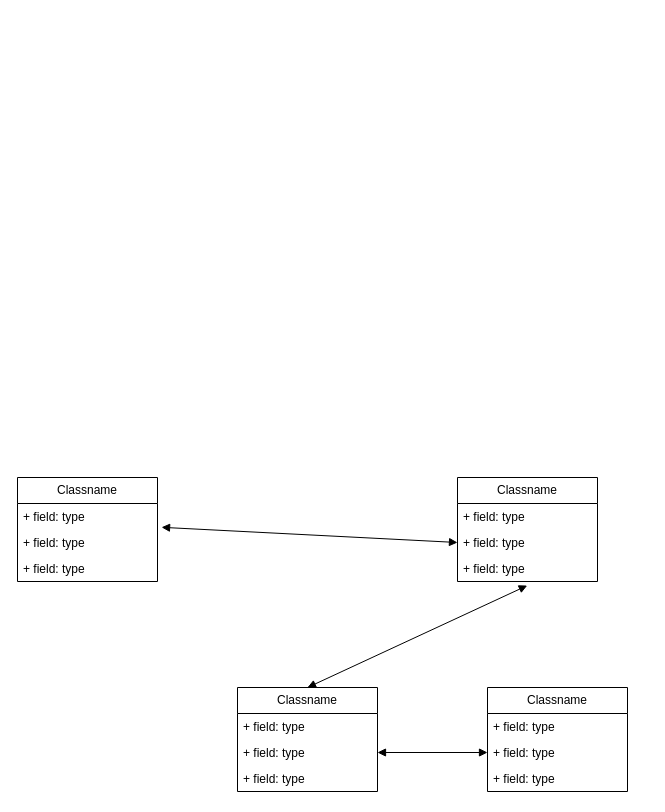
Before: FruitsShop.drawio in PhamThom129D/TMFruitsShop, a draw.io diagram. Source tidied: cells renumbered, new cells numbered last; positions are measured from the earlier drawing's top-left corner, leaving out a move shared by most shapes. Both pictures are drawn from the tidied source at 100%, with x=0, y=0 at pixel (17, 477).
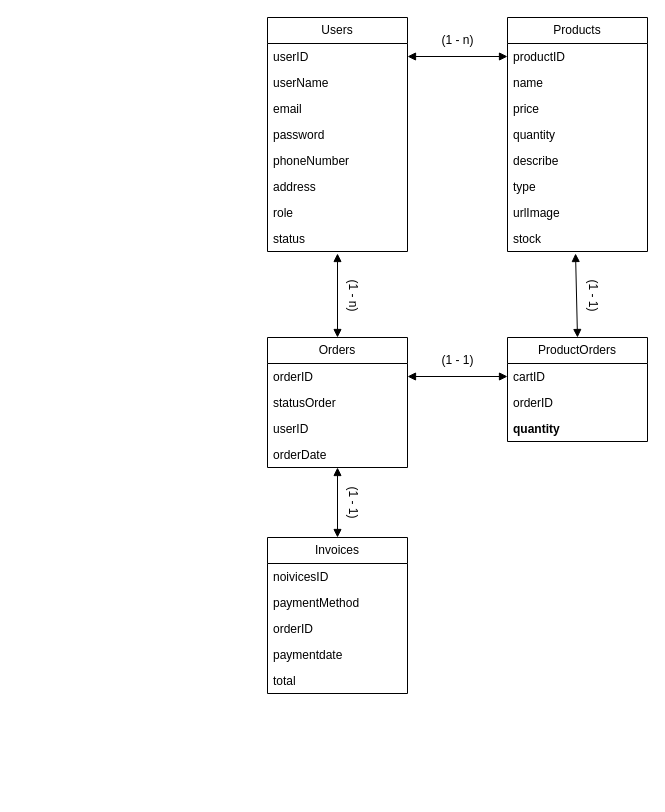
Above is the later version.

Commit message:
Cập nhật FruitsShop.drawio

The edit, as a diff of the source:
```diff
@@
-    <mxCell id="2" value="Classname" style="swimlane;fontStyle=0;horizontal=1;startSize=26;fillColor=none;whiteSpace=wrap;html=1;" parent="1" vertex="1">
-      <mxGeometry width="140" height="104" as="geometry" />
+    <mxCell id="2" value="Users" style="swimlane;fontStyle=0;horizontal=1;startSize=26;fillColor=none;whiteSpace=wrap;html=1;" parent="1" vertex="1">
+      <mxGeometry x="250" y="-460" width="140" height="234" as="geometry" />
     </mxCell>
-    <mxCell id="3" value="+ field: type" style="text;strokeColor=none;fillColor=none;align=left;verticalAlign=top;spacingLeft=4;spacingRight=4;overflow=hidden;whiteSpace=wrap;html=1;" parent="2" vertex="1">
-      <mxGeometry y="26" width="140" height="26" as="geometry" />
-    </mxCell>
-    <mxCell id="4" value="+ field: type" style="text;strokeColor=none;fillColor=none;align=left;verticalAlign=top;spacingLeft=4;spacingRight=4;overflow=hidden;points=[[0,0.5],[1,0.5]];portConstraint=eastwest;whiteSpace=wrap;html=1;" parent="2" vertex="1">
-      <mxGeometry y="52" width="140" height="26" as="geometry" />
+    <mxCell id="4" value="userID" style="text;strokeColor=none;fillColor=none;align=left;verticalAlign=top;spacingLeft=4;spacingRight=4;overflow=hidden;points=[[0,0.5],[1,0.5]];portConstraint=eastwest;whiteSpace=wrap;html=1;" parent="2" vertex="1">
+      <mxGeometry y="26" width="140" height="26" as="geometry" />
     </mxCell>
-    <mxCell id="5" value="+ field: type" style="text;strokeColor=none;fillColor=none;align=left;verticalAlign=top;spacingLeft=4;spacingRight=4;overflow=hidden;whiteSpace=wrap;html=1;" parent="2" vertex="1">
-      <mxGeometry y="78" width="140" height="26" as="geometry" />
+    <mxCell id="5" value="userName" style="text;strokeColor=none;fillColor=none;align=left;verticalAlign=top;spacingLeft=4;spacingRight=4;overflow=hidden;whiteSpace=wrap;html=1;" parent="2" vertex="1">
+      <mxGeometry y="52" width="140" height="26" as="geometry" />
     </mxCell>
+    <mxCell id="21" value="email" style="text;strokeColor=none;fillColor=none;align=left;verticalAlign=top;spacingLeft=4;spacingRight=4;overflow=hidden;whiteSpace=wrap;html=1;" parent="2" vertex="1">
+      <mxGeometry y="78" width="140" height="26" as="geometry" />
+    </mxCell>
+    <mxCell id="22" value="password" style="text;strokeColor=none;fillColor=none;align=left;verticalAlign=top;spacingLeft=4;spacingRight=4;overflow=hidden;whiteSpace=wrap;html=1;" parent="2" vertex="1">
+      <mxGeometry y="104" width="140" height="26" as="geometry" />
+    </mxCell>
+    <mxCell id="23" value="phoneNumber" style="text;strokeColor=none;fillColor=none;align=left;verticalAlign=top;spacingLeft=4;spacingRight=4;overflow=hidden;whiteSpace=wrap;html=1;" parent="2" vertex="1">
+      <mxGeometry y="130" width="140" height="26" as="geometry" />
+    </mxCell>
+    <mxCell id="24" value="address" style="text;strokeColor=none;fillColor=none;align=left;verticalAlign=top;spacingLeft=4;spacingRight=4;overflow=hidden;whiteSpace=wrap;html=1;" parent="2" vertex="1">
+      <mxGeometry y="156" width="140" height="26" as="geometry" />
+    </mxCell>
+    <mxCell id="25" value="role" style="text;strokeColor=none;fillColor=none;align=left;verticalAlign=top;spacingLeft=4;spacingRight=4;overflow=hidden;whiteSpace=wrap;html=1;" parent="2" vertex="1">
+      <mxGeometry y="182" width="140" height="26" as="geometry" />
+    </mxCell>
+    <mxCell id="26" value="status" style="text;strokeColor=none;fillColor=none;align=left;verticalAlign=top;spacingLeft=4;spacingRight=4;overflow=hidden;points=[[0,0.5],[1,0.5]];portConstraint=eastwest;whiteSpace=wrap;html=1;" parent="2" vertex="1">
+      <mxGeometry y="208" width="140" height="26" as="geometry" />
+    </mxCell>
-    <mxCell id="6" value="Classname" style="swimlane;fontStyle=0;horizontal=1;startSize=26;fillColor=none;whiteSpace=wrap;html=1;" parent="1" vertex="1">
-      <mxGeometry x="440" width="140" height="104" as="geometry" />
+    <mxCell id="6" value="Products" style="swimlane;fontStyle=0;horizontal=1;startSize=26;fillColor=none;whiteSpace=wrap;html=1;" parent="1" vertex="1">
+      <mxGeometry x="490" y="-460" width="140" height="234" as="geometry" />
     </mxCell>
-    <mxCell id="7" value="+ field: type" style="text;strokeColor=none;fillColor=none;align=left;verticalAlign=top;spacingLeft=4;spacingRight=4;overflow=hidden;points=[[0,0.5],[1,0.5]];portConstraint=eastwest;whiteSpace=wrap;html=1;" parent="6" vertex="1">
+    <mxCell id="7" value="productID" style="text;strokeColor=none;fillColor=none;align=left;verticalAlign=top;spacingLeft=4;spacingRight=4;overflow=hidden;points=[[0,0.5],[1,0.5]];portConstraint=eastwest;whiteSpace=wrap;html=1;" parent="6" vertex="1">
       <mxGeometry y="26" width="140" height="26" as="geometry" />
     </mxCell>
-    <mxCell id="8" value="+ field: type" style="text;strokeColor=none;fillColor=none;align=left;verticalAlign=top;spacingLeft=4;spacingRight=4;overflow=hidden;points=[[0,0.5],[1,0.5]];portConstraint=eastwest;whiteSpace=wrap;html=1;" parent="6" vertex="1">
+    <mxCell id="8" value="name" style="text;strokeColor=none;fillColor=none;align=left;verticalAlign=top;spacingLeft=4;spacingRight=4;overflow=hidden;points=[[0,0.5],[1,0.5]];portConstraint=eastwest;whiteSpace=wrap;html=1;" parent="6" vertex="1">
       <mxGeometry y="52" width="140" height="26" as="geometry" />
     </mxCell>
-    <mxCell id="9" value="+ field: type" style="text;strokeColor=none;fillColor=none;align=left;verticalAlign=top;spacingLeft=4;spacingRight=4;overflow=hidden;points=[[0,0.5],[1,0.5]];portConstraint=eastwest;whiteSpace=wrap;html=1;" parent="6" vertex="1">
+    <mxCell id="9" value="price" style="text;strokeColor=none;fillColor=none;align=left;verticalAlign=top;spacingLeft=4;spacingRight=4;overflow=hidden;points=[[0,0.5],[1,0.5]];portConstraint=eastwest;whiteSpace=wrap;html=1;" parent="6" vertex="1">
       <mxGeometry y="78" width="140" height="26" as="geometry" />
     </mxCell>
+    <mxCell id="27" value="quantity" style="text;strokeColor=none;fillColor=none;align=left;verticalAlign=top;spacingLeft=4;spacingRight=4;overflow=hidden;whiteSpace=wrap;html=1;" parent="6" vertex="1">
+      <mxGeometry y="104" width="140" height="26" as="geometry" />
+    </mxCell>
+    <mxCell id="28" value="describe" style="text;strokeColor=none;fillColor=none;align=left;verticalAlign=top;spacingLeft=4;spacingRight=4;overflow=hidden;whiteSpace=wrap;html=1;" parent="6" vertex="1">
+      <mxGeometry y="130" width="140" height="26" as="geometry" />
+    </mxCell>
+    <mxCell id="29" value="type" style="text;strokeColor=none;fillColor=none;align=left;verticalAlign=top;spacingLeft=4;spacingRight=4;overflow=hidden;whiteSpace=wrap;html=1;" parent="6" vertex="1">
+      <mxGeometry y="156" width="140" height="26" as="geometry" />
+    </mxCell>
+    <mxCell id="30" value="urlImage" style="text;strokeColor=none;fillColor=none;align=left;verticalAlign=top;spacingLeft=4;spacingRight=4;overflow=hidden;whiteSpace=wrap;html=1;" parent="6" vertex="1">
+      <mxGeometry y="182" width="140" height="26" as="geometry" />
+    </mxCell>
+    <mxCell id="31" value="stock" style="text;strokeColor=none;fillColor=none;align=left;verticalAlign=top;spacingLeft=4;spacingRight=4;overflow=hidden;points=[[0,0.5],[1,0.5]];portConstraint=eastwest;whiteSpace=wrap;html=1;" parent="6" vertex="1">
+      <mxGeometry y="208" width="140" height="26" as="geometry" />
+    </mxCell>
-    <mxCell id="10" value="Classname" style="swimlane;fontStyle=0;horizontal=1;startSize=26;fillColor=none;whiteSpace=wrap;html=1;" parent="1" vertex="1">
-      <mxGeometry x="470" y="210" width="140" height="104" as="geometry" />
+    <mxCell id="10" value="Invoices" style="swimlane;fontStyle=0;horizontal=1;startSize=26;fillColor=none;whiteSpace=wrap;html=1;" parent="1" vertex="1">
+      <mxGeometry x="250" y="60" width="140" height="156" as="geometry" />
     </mxCell>
-    <mxCell id="11" value="+ field: type" style="text;strokeColor=none;fillColor=none;align=left;verticalAlign=top;spacingLeft=4;spacingRight=4;overflow=hidden;whiteSpace=wrap;html=1;" parent="10" vertex="1">
+    <mxCell id="11" value="noivicesID" style="text;strokeColor=none;fillColor=none;align=left;verticalAlign=top;spacingLeft=4;spacingRight=4;overflow=hidden;whiteSpace=wrap;html=1;" parent="10" vertex="1">
       <mxGeometry y="26" width="140" height="26" as="geometry" />
     </mxCell>
-    <mxCell id="12" value="+ field: type" style="text;strokeColor=none;fillColor=none;align=left;verticalAlign=top;spacingLeft=4;spacingRight=4;overflow=hidden;points=[[0,0.5],[1,0.5]];portConstraint=eastwest;whiteSpace=wrap;html=1;" parent="10" vertex="1">
+    <mxCell id="12" value="paymentMethod" style="text;strokeColor=none;fillColor=none;align=left;verticalAlign=top;spacingLeft=4;spacingRight=4;overflow=hidden;points=[[0,0.5],[1,0.5]];portConstraint=eastwest;whiteSpace=wrap;html=1;" parent="10" vertex="1">
       <mxGeometry y="52" width="140" height="26" as="geometry" />
     </mxCell>
-    <mxCell id="13" value="+ field: type" style="text;strokeColor=none;fillColor=none;align=left;verticalAlign=top;spacingLeft=4;spacingRight=4;overflow=hidden;whiteSpace=wrap;html=1;" parent="10" vertex="1">
+    <mxCell id="13" value="orderID" style="text;strokeColor=none;fillColor=none;align=left;verticalAlign=top;spacingLeft=4;spacingRight=4;overflow=hidden;whiteSpace=wrap;html=1;" parent="10" vertex="1">
       <mxGeometry y="78" width="140" height="26" as="geometry" />
     </mxCell>
+    <mxCell id="32" value="paymentdate" style="text;strokeColor=none;fillColor=none;align=left;verticalAlign=top;spacingLeft=4;spacingRight=4;overflow=hidden;whiteSpace=wrap;html=1;" parent="10" vertex="1">
+      <mxGeometry y="104" width="140" height="26" as="geometry" />
+    </mxCell>
+    <mxCell id="33" value="total" style="text;strokeColor=none;fillColor=none;align=left;verticalAlign=top;spacingLeft=4;spacingRight=4;overflow=hidden;whiteSpace=wrap;html=1;" parent="10" vertex="1">
+      <mxGeometry y="130" width="140" height="26" as="geometry" />
+    </mxCell>
-    <mxCell id="14" value="Classname" style="swimlane;fontStyle=0;horizontal=1;startSize=26;fillColor=none;whiteSpace=wrap;html=1;" parent="1" vertex="1">
-      <mxGeometry x="220" y="210" width="140" height="104" as="geometry" />
+    <mxCell id="14" value="ProductOrders" style="swimlane;fontStyle=0;horizontal=1;startSize=26;fillColor=none;whiteSpace=wrap;html=1;" parent="1" vertex="1">
+      <mxGeometry x="490" y="-140" width="140" height="104" as="geometry" />
     </mxCell>
-    <mxCell id="15" value="+ field: type" style="text;strokeColor=none;fillColor=none;align=left;verticalAlign=top;spacingLeft=4;spacingRight=4;overflow=hidden;points=[[0,0.5],[1,0.5]];portConstraint=eastwest;whiteSpace=wrap;html=1;" parent="14" vertex="1">
+    <mxCell id="15" value="cartID" style="text;strokeColor=none;fillColor=none;align=left;verticalAlign=top;spacingLeft=4;spacingRight=4;overflow=hidden;points=[[0,0.5],[1,0.5]];portConstraint=eastwest;whiteSpace=wrap;html=1;" parent="14" vertex="1">
       <mxGeometry y="26" width="140" height="26" as="geometry" />
     </mxCell>
-    <mxCell id="16" value="+ field: type" style="text;strokeColor=none;fillColor=none;align=left;verticalAlign=top;spacingLeft=4;spacingRight=4;overflow=hidden;points=[[0,0.5],[1,0.5]];portConstraint=eastwest;whiteSpace=wrap;html=1;" parent="14" vertex="1">
+    <mxCell id="16" value="orderID" style="text;strokeColor=none;fillColor=none;align=left;verticalAlign=top;spacingLeft=4;spacingRight=4;overflow=hidden;points=[[0,0.5],[1,0.5]];portConstraint=eastwest;whiteSpace=wrap;html=1;" parent="14" vertex="1">
       <mxGeometry y="52" width="140" height="26" as="geometry" />
     </mxCell>
-    <mxCell id="17" value="+ field: type" style="text;strokeColor=none;fillColor=none;align=left;verticalAlign=top;spacingLeft=4;spacingRight=4;overflow=hidden;whiteSpace=wrap;html=1;" parent="14" vertex="1">
+    <mxCell id="17" value="&lt;b&gt;quantity&lt;/b&gt;" style="text;strokeColor=none;fillColor=none;align=left;verticalAlign=top;spacingLeft=4;spacingRight=4;overflow=hidden;whiteSpace=wrap;html=1;" parent="14" vertex="1">
       <mxGeometry y="78" width="140" height="26" as="geometry" />
     </mxCell>
-    <mxCell id="18" style="endArrow=block;startArrow=block;endFill=1;startFill=1;html=1;rounded=0;exitX=1.029;exitY=-0.084;exitDx=0;exitDy=0;exitPerimeter=0;entryX=0;entryY=0.5;entryDx=0;entryDy=0;" parent="1" edge="1" source="4" target="8">
+    <mxCell id="18" style="endArrow=block;startArrow=block;endFill=1;startFill=1;html=1;rounded=0;exitX=1;exitY=0.5;exitDx=0;exitDy=0;entryX=0;entryY=0.5;entryDx=0;entryDy=0;" parent="1" edge="1" source="4" target="7">
       <mxGeometry relative="1" as="geometry" />
     </mxCell>
-    <mxCell id="19" style="endArrow=block;startArrow=block;endFill=1;startFill=1;html=1;rounded=0;exitX=0.498;exitY=1.157;exitDx=0;exitDy=0;exitPerimeter=0;entryX=0.5;entryY=0;entryDx=0;entryDy=0;" parent="1" edge="1" source="9" target="14">
-      <mxGeometry relative="1" as="geometry" />
-    </mxCell>
-    <mxCell id="20" style="endArrow=block;startArrow=block;endFill=1;startFill=1;html=1;rounded=0;exitX=1;exitY=0.5;exitDx=0;exitDy=0;entryX=0;entryY=0.5;entryDx=0;entryDy=0;" parent="1" edge="1" source="16" target="12">
-      <mxGeometry relative="1" as="geometry" />
-    </mxCell>
+    <mxCell id="34" value="Orders" style="swimlane;fontStyle=0;horizontal=1;startSize=26;fillColor=none;whiteSpace=wrap;html=1;" parent="1" vertex="1">
+      <mxGeometry x="250" y="-140" width="140" height="130" as="geometry" />
+    </mxCell>
+    <mxCell id="35" value="orderID" style="text;strokeColor=none;fillColor=none;align=left;verticalAlign=top;spacingLeft=4;spacingRight=4;overflow=hidden;points=[[0,0.5],[1,0.5]];portConstraint=eastwest;whiteSpace=wrap;html=1;" parent="34" vertex="1">
+      <mxGeometry y="26" width="140" height="26" as="geometry" />
+    </mxCell>
+    <mxCell id="36" value="statusOrder" style="text;strokeColor=none;fillColor=none;align=left;verticalAlign=top;spacingLeft=4;spacingRight=4;overflow=hidden;whiteSpace=wrap;html=1;" parent="34" vertex="1">
+      <mxGeometry y="52" width="140" height="26" as="geometry" />
+    </mxCell>
+    <mxCell id="37" value="userID" style="text;strokeColor=none;fillColor=none;align=left;verticalAlign=top;spacingLeft=4;spacingRight=4;overflow=hidden;whiteSpace=wrap;html=1;" parent="34" vertex="1">
+      <mxGeometry y="78" width="140" height="26" as="geometry" />
+    </mxCell>
+    <mxCell id="38" value="orderDate" style="text;strokeColor=none;fillColor=none;align=left;verticalAlign=top;spacingLeft=4;spacingRight=4;overflow=hidden;points=[[0,0.5],[1,0.5]];portConstraint=eastwest;whiteSpace=wrap;html=1;" parent="34" vertex="1">
+      <mxGeometry y="104" width="140" height="26" as="geometry" />
+    </mxCell>
+    <mxCell id="39" style="endArrow=block;startArrow=block;endFill=1;startFill=1;html=1;rounded=0;exitX=0.5;exitY=1.077;exitDx=0;exitDy=0;entryX=0.5;entryY=0;entryDx=0;entryDy=0;exitPerimeter=0;" parent="1" edge="1" source="26" target="34">
+      <mxGeometry relative="1" as="geometry" />
+    </mxCell>
+    <mxCell id="40" style="endArrow=block;startArrow=block;endFill=1;startFill=1;html=1;rounded=0;entryX=0;entryY=0.5;entryDx=0;entryDy=0;exitX=1;exitY=0.5;exitDx=0;exitDy=0;" parent="1" edge="1" source="35" target="15">
+      <mxGeometry relative="1" as="geometry" />
+    </mxCell>
+    <mxCell id="41" style="endArrow=block;startArrow=block;endFill=1;startFill=1;html=1;rounded=0;exitX=0.486;exitY=1.077;exitDx=0;exitDy=0;entryX=0.5;entryY=0;entryDx=0;entryDy=0;exitPerimeter=0;" parent="1" edge="1" source="31" target="14">
+      <mxGeometry relative="1" as="geometry" />
+    </mxCell>
+    <mxCell id="42" style="endArrow=block;startArrow=block;endFill=1;startFill=1;html=1;rounded=0;exitX=0.5;exitY=1;exitDx=0;exitDy=0;entryX=0.5;entryY=0;entryDx=0;entryDy=0;exitPerimeter=0;" parent="1" edge="1" source="38" target="10">
+      <mxGeometry relative="1" as="geometry" />
+    </mxCell>
+    <mxCell id="43" value="(1 - n)" style="text;html=1;align=center;verticalAlign=middle;strokeColor=none;fillColor=none;rotation=90;" parent="1" vertex="1">
+      <mxGeometry x="306" y="-197" width="60" height="30" as="geometry" />
+    </mxCell>
+    <mxCell id="44" value="(1 - 1)" style="text;html=1;align=center;verticalAlign=middle;strokeColor=none;fillColor=none;rotation=90;" parent="1" vertex="1">
+      <mxGeometry x="546" y="-197" width="60" height="30" as="geometry" />
+    </mxCell>
+    <mxCell id="45" value="(1 - 1)" style="text;html=1;align=center;verticalAlign=middle;strokeColor=none;fillColor=none;rotation=90;" parent="1" vertex="1">
+      <mxGeometry x="306" y="10" width="60" height="30" as="geometry" />
+    </mxCell>
+    <mxCell id="46" value="(1 - 1)" style="text;html=1;align=center;verticalAlign=middle;strokeColor=none;fillColor=none;rotation=0;" parent="1" vertex="1">
+      <mxGeometry x="410" y="-132" width="60" height="30" as="geometry" />
+    </mxCell>
+    <mxCell id="47" value="(1 - n)" style="text;html=1;align=center;verticalAlign=middle;strokeColor=none;fillColor=none;rotation=0;" parent="1" vertex="1">
+      <mxGeometry x="410" y="-452" width="60" height="30" as="geometry" />
+    </mxCell>
```
